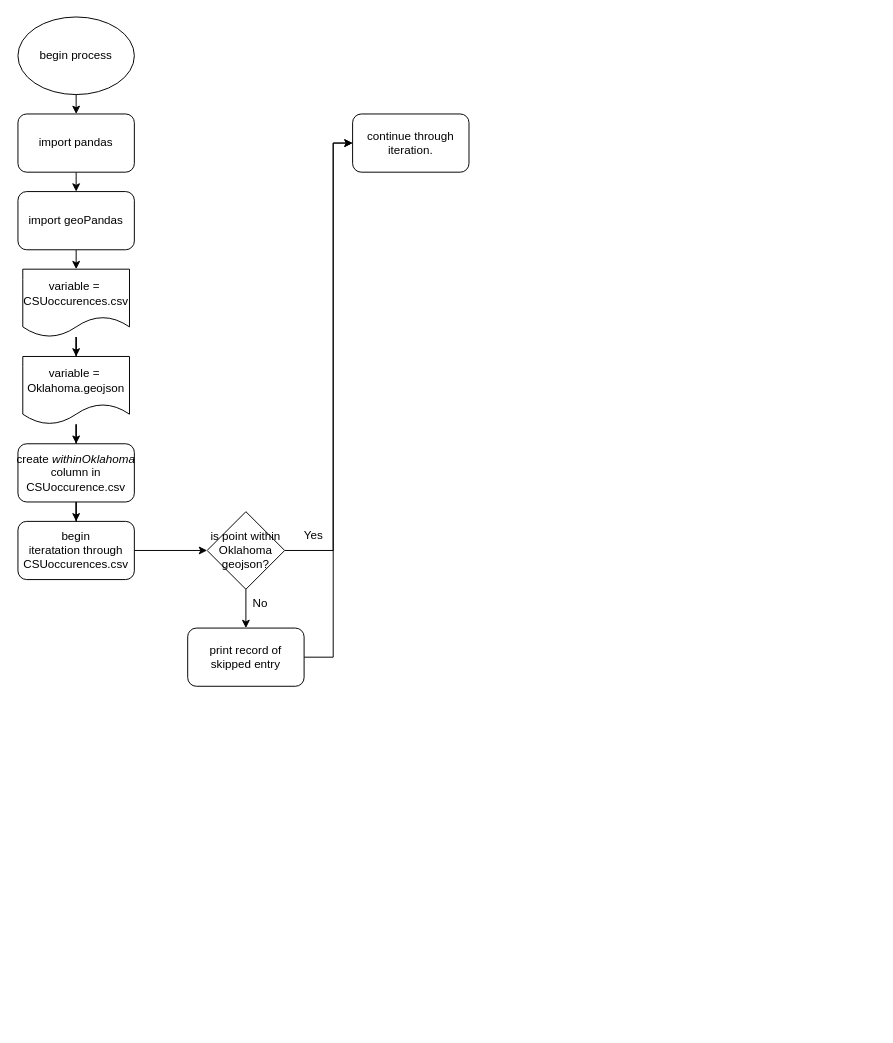
The draw.io diagram wrightCapstoneFlowchart.drawio in Mwright710788/CapstoneFiles, before the edit. Source tidied: cells renumbered, new cells numbered last; positions are measured from the earlier drawing's top-left corner, leaving out a move shared by most shapes. Both pictures are drawn from the tidied source at 97%, with x=0, y=0 at pixel (17, 16).
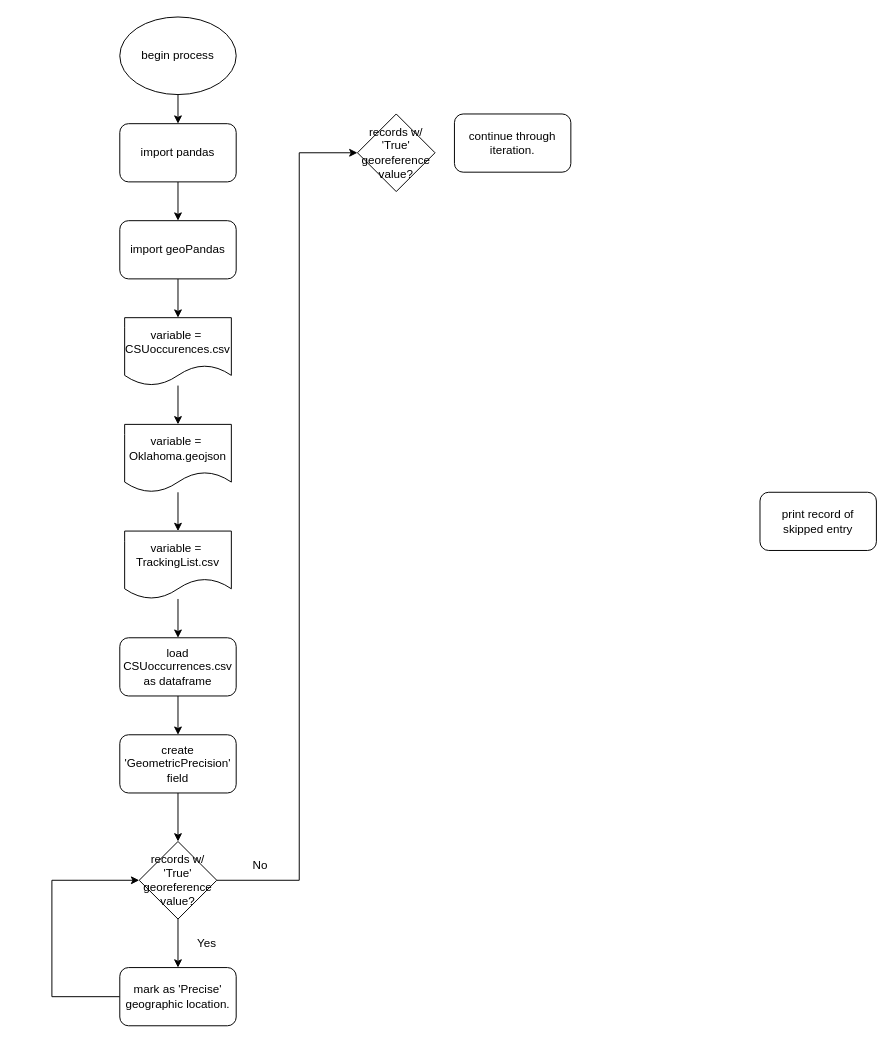
Above is the later version.

Change to the diagram source:
```diff
@@
     <mxCell id="3" value="&lt;div&gt;variable =&amp;nbsp;&lt;/div&gt;CSUoccurences.csv" style="shape=document;whiteSpace=wrap;html=1;boundedLbl=1;" parent="1" vertex="1">
-      <mxGeometry x="5" y="260" width="110" height="70" as="geometry" />
+      <mxGeometry x="110" y="310" width="110" height="70" as="geometry" />
     </mxCell>
@@
     <mxCell id="5" value="begin process" style="ellipse;whiteSpace=wrap;html=1;" parent="1" vertex="1">
-      <mxGeometry width="120" height="80" as="geometry" />
+      <mxGeometry x="105" width="120" height="80" as="geometry" />
     </mxCell>
@@
     <mxCell id="7" value="import pandas" style="rounded=1;whiteSpace=wrap;html=1;" parent="1" vertex="1">
-      <mxGeometry y="100" width="120" height="60" as="geometry" />
+      <mxGeometry x="105" y="110" width="120" height="60" as="geometry" />
     </mxCell>
@@
     <mxCell id="9" value="import geoPandas" style="rounded=1;whiteSpace=wrap;html=1;" parent="1" vertex="1">
-      <mxGeometry y="180" width="120" height="60" as="geometry" />
+      <mxGeometry x="105" y="210" width="120" height="60" as="geometry" />
     </mxCell>
-    <mxCell id="10" style="edgeStyle=orthogonalEdgeStyle;rounded=0;jettySize=auto;html=1;entryX=0.5;entryY=0;entryDx=0;entryDy=0;" parent="1" edge="1" source="11" target="17">
-      <mxGeometry relative="1" as="geometry" />
-    </mxCell>
+    <mxCell id="24" style="edgeStyle=orthogonalEdgeStyle;rounded=0;jettySize=auto;html=1;entryX=0.5;entryY=0;entryDx=0;entryDy=0;" parent="1" edge="1" source="11" target="29">
+      <mxGeometry relative="1" as="geometry" />
+    </mxCell>
     <mxCell id="11" value="&lt;div&gt;variable =&amp;nbsp;&lt;/div&gt;Oklahoma.geojson" style="shape=document;whiteSpace=wrap;html=1;boundedLbl=1;" parent="1" vertex="1">
-      <mxGeometry x="5" y="350" width="110" height="70" as="geometry" />
+      <mxGeometry x="110" y="420" width="110" height="70" as="geometry" />
     </mxCell>
-    <mxCell id="12" style="edgeStyle=orthogonalEdgeStyle;rounded=0;jettySize=auto;html=1;exitX=1;exitY=0.5;exitDx=0;exitDy=0;entryX=0;entryY=0.5;entryDx=0;entryDy=0;" parent="1" edge="1" source="13" target="15">
-      <mxGeometry relative="1" as="geometry" />
-    </mxCell>
-    <mxCell id="13" value="&lt;div&gt;begin&lt;/div&gt;iteratation through&lt;div&gt;CSUoccurences.csv&lt;/div&gt;" style="rounded=1;whiteSpace=wrap;html=1;" parent="1" vertex="1">
-      <mxGeometry y="520" width="120" height="60" as="geometry" />
-    </mxCell>
-    <mxCell id="14" style="edgeStyle=orthogonalEdgeStyle;rounded=0;jettySize=auto;html=1;exitX=1;exitY=0.5;exitDx=0;exitDy=0;entryX=0;entryY=0.5;entryDx=0;entryDy=0;" parent="1" edge="1" source="15" target="22">
-      <mxGeometry relative="1" as="geometry">
-        <Array as="points">
-          <mxPoint x="325" y="550" />
-          <mxPoint x="325" y="130" />
-        </Array>
-      </mxGeometry>
-    </mxCell>
+    <mxCell id="25" style="edgeStyle=orthogonalEdgeStyle;rounded=0;jettySize=auto;html=1;exitX=0.5;exitY=1;exitDx=0;exitDy=0;entryX=0.5;entryY=0;entryDx=0;entryDy=0;" parent="1" edge="1" source="15" target="17">
+      <mxGeometry relative="1" as="geometry" />
+    </mxCell>
+    <mxCell id="26" style="edgeStyle=orthogonalEdgeStyle;rounded=0;jettySize=auto;html=1;exitX=1;exitY=0.5;exitDx=0;exitDy=0;entryX=0;entryY=0.5;entryDx=0;entryDy=0;" parent="1" edge="1" source="15" target="34">
+      <mxGeometry relative="1" as="geometry">
+        <Array as="points">
+          <mxPoint x="290" y="890" />
+          <mxPoint x="290" y="140" />
+        </Array>
+      </mxGeometry>
+    </mxCell>
-    <mxCell id="15" value="is point within&lt;div&gt;Oklahoma&lt;/div&gt;&lt;div&gt;geojson?&lt;/div&gt;" style="rhombus;whiteSpace=wrap;html=1;" parent="1" vertex="1">
-      <mxGeometry x="195" y="510" width="80" height="80" as="geometry" />
+    <mxCell id="15" value="records w/&lt;div&gt;'True'&lt;/div&gt;&lt;div&gt;georeference&lt;/div&gt;&lt;div&gt;value?&lt;/div&gt;" style="rhombus;whiteSpace=wrap;html=1;" parent="1" vertex="1">
+      <mxGeometry x="125" y="850" width="80" height="80" as="geometry" />
     </mxCell>
-    <mxCell id="16" style="edgeStyle=orthogonalEdgeStyle;rounded=0;jettySize=auto;html=1;entryX=0.5;entryY=0;entryDx=0;entryDy=0;" parent="1" edge="1" source="17" target="13">
-      <mxGeometry relative="1" as="geometry" />
-    </mxCell>
+    <mxCell id="27" style="edgeStyle=orthogonalEdgeStyle;rounded=0;jettySize=auto;html=1;exitX=0;exitY=0.5;exitDx=0;exitDy=0;entryX=0;entryY=0.5;entryDx=0;entryDy=0;" parent="1" edge="1" source="17" target="15">
+      <mxGeometry relative="1" as="geometry">
+        <Array as="points">
+          <mxPoint x="35" y="1010" />
+          <mxPoint x="35" y="890" />
+        </Array>
+      </mxGeometry>
+    </mxCell>
-    <mxCell id="17" value="create&amp;nbsp;&lt;i&gt;withinOklahoma&lt;/i&gt;&lt;div&gt;column in CSUoccurence.csv&lt;/div&gt;" style="rounded=1;whiteSpace=wrap;html=1;" parent="1" vertex="1">
-      <mxGeometry y="440" width="120" height="60" as="geometry" />
+    <mxCell id="17" value="mark as 'Precise'&lt;div&gt;geographic location.&lt;/div&gt;" style="rounded=1;whiteSpace=wrap;html=1;" parent="1" vertex="1">
+      <mxGeometry x="105" y="980" width="120" height="60" as="geometry" />
     </mxCell>
-    <mxCell id="18" style="edgeStyle=orthogonalEdgeStyle;rounded=0;jettySize=auto;html=1;entryX=0;entryY=0.5;entryDx=0;entryDy=0;" parent="1" edge="1" source="19" target="22">
-      <mxGeometry relative="1" as="geometry">
-        <Array as="points">
-          <mxPoint x="325" y="660" />
-          <mxPoint x="325" y="130" />
-        </Array>
-      </mxGeometry>
-    </mxCell>
     <mxCell id="19" value="print record of skipped entry" style="rounded=1;whiteSpace=wrap;html=1;" parent="1" vertex="1">
-      <mxGeometry x="175" y="630" width="120" height="60" as="geometry" />
+      <mxGeometry x="765" y="490" width="120" height="60" as="geometry" />
     </mxCell>
-    <mxCell id="20" style="edgeStyle=orthogonalEdgeStyle;rounded=0;jettySize=auto;html=1;exitX=0.5;exitY=1;exitDx=0;exitDy=0;entryX=0.5;entryY=0;entryDx=0;entryDy=0;" parent="1" edge="1" source="15" target="19">
-      <mxGeometry relative="1" as="geometry" />
-    </mxCell>
     <mxCell id="21" value="No" style="text;html=1;whiteSpace=wrap;strokeColor=none;fillColor=none;align=center;verticalAlign=middle;rounded=0;" parent="1" vertex="1">
-      <mxGeometry x="220" y="590" width="60" height="30" as="geometry" />
+      <mxGeometry x="220" y="860" width="60" height="30" as="geometry" />
     </mxCell>
     <mxCell id="22" value="continue through&lt;div&gt;iteration.&lt;/div&gt;" style="rounded=1;whiteSpace=wrap;html=1;" parent="1" vertex="1">
-      <mxGeometry x="345" y="100" width="120" height="60" as="geometry" />
+      <mxGeometry x="450" y="100" width="120" height="60" as="geometry" />
     </mxCell>
     <mxCell id="23" value="Yes" style="text;html=1;whiteSpace=wrap;strokeColor=none;fillColor=none;align=center;verticalAlign=middle;rounded=0;" parent="1" vertex="1">
-      <mxGeometry x="275" y="520" width="60" height="30" as="geometry" />
+      <mxGeometry x="165" y="940" width="60" height="30" as="geometry" />
     </mxCell>
+    <mxCell id="28" style="edgeStyle=orthogonalEdgeStyle;rounded=0;jettySize=auto;html=1;entryX=0.5;entryY=0;entryDx=0;entryDy=0;" parent="1" edge="1" source="29" target="31">
+      <mxGeometry relative="1" as="geometry" />
+    </mxCell>
+    <mxCell id="29" value="&lt;div&gt;variable =&amp;nbsp;&lt;/div&gt;TrackingList.csv" style="shape=document;whiteSpace=wrap;html=1;boundedLbl=1;" parent="1" vertex="1">
+      <mxGeometry x="110" y="530" width="110" height="70" as="geometry" />
+    </mxCell>
+    <mxCell id="30" style="edgeStyle=orthogonalEdgeStyle;rounded=0;jettySize=auto;html=1;exitX=0.5;exitY=1;exitDx=0;exitDy=0;entryX=0.5;entryY=0;entryDx=0;entryDy=0;" parent="1" edge="1" source="31" target="33">
+      <mxGeometry relative="1" as="geometry" />
+    </mxCell>
+    <mxCell id="31" value="load CSUoccurrences.csv as dataframe" style="rounded=1;whiteSpace=wrap;html=1;" parent="1" vertex="1">
+      <mxGeometry x="105" y="640" width="120" height="60" as="geometry" />
+    </mxCell>
+    <mxCell id="32" style="edgeStyle=orthogonalEdgeStyle;rounded=0;jettySize=auto;html=1;exitX=0.5;exitY=1;exitDx=0;exitDy=0;entryX=0.5;entryY=0;entryDx=0;entryDy=0;" parent="1" edge="1" source="33" target="15">
+      <mxGeometry relative="1" as="geometry" />
+    </mxCell>
+    <mxCell id="33" value="create&lt;div&gt;'GeometricPrecision'&lt;/div&gt;&lt;div&gt;field&lt;/div&gt;" style="rounded=1;whiteSpace=wrap;html=1;" parent="1" vertex="1">
+      <mxGeometry x="105" y="740" width="120" height="60" as="geometry" />
+    </mxCell>
+    <mxCell id="34" value="records w/&lt;div&gt;'True'&lt;/div&gt;&lt;div&gt;georeference&lt;/div&gt;&lt;div&gt;value?&lt;/div&gt;" style="rhombus;whiteSpace=wrap;html=1;" parent="1" vertex="1">
+      <mxGeometry x="350" y="100" width="80" height="80" as="geometry" />
+    </mxCell>
```
